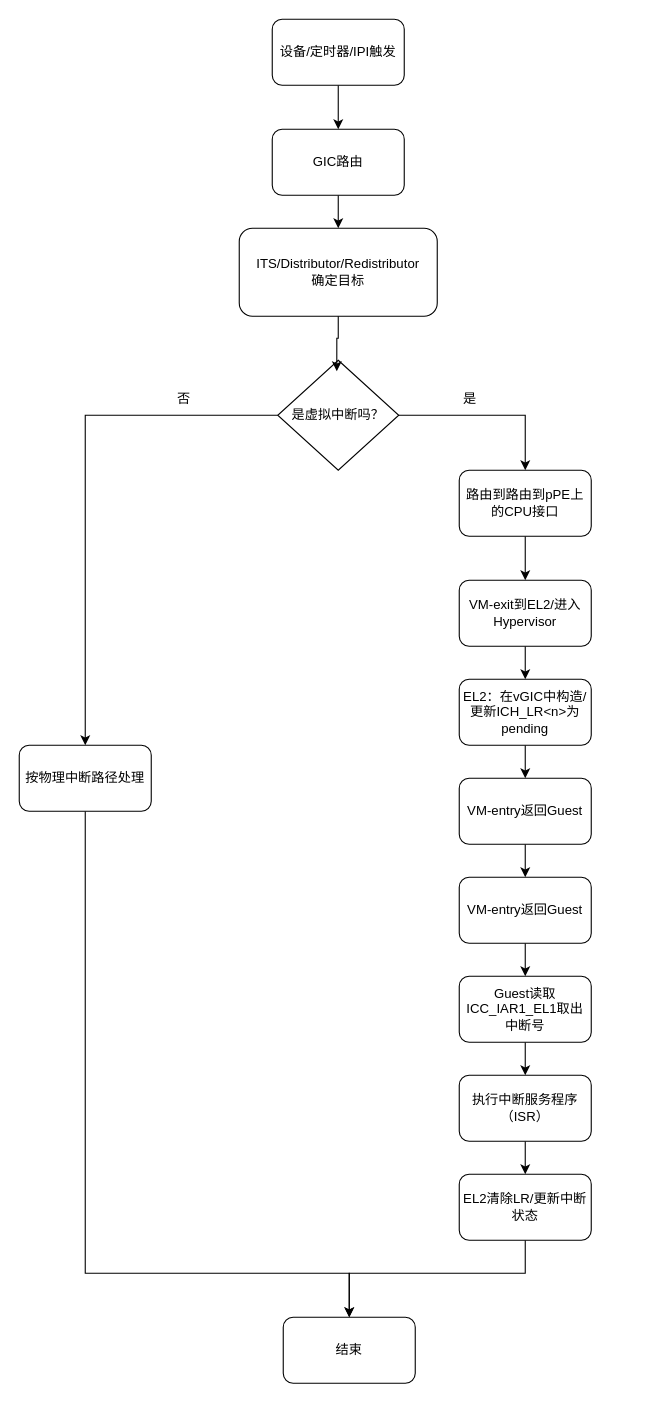
Before: store_picture/传统路径.drawio in LQ0623/draw_io_picture, a draw.io diagram. Source tidied: cells renumbered, new cells numbered last; positions are measured from the earlier drawing's top-left corner, leaving out a move shared by most shapes. Both pictures are drawn from the tidied source at 110%, with x=0, y=0 at pixel (19, 19).
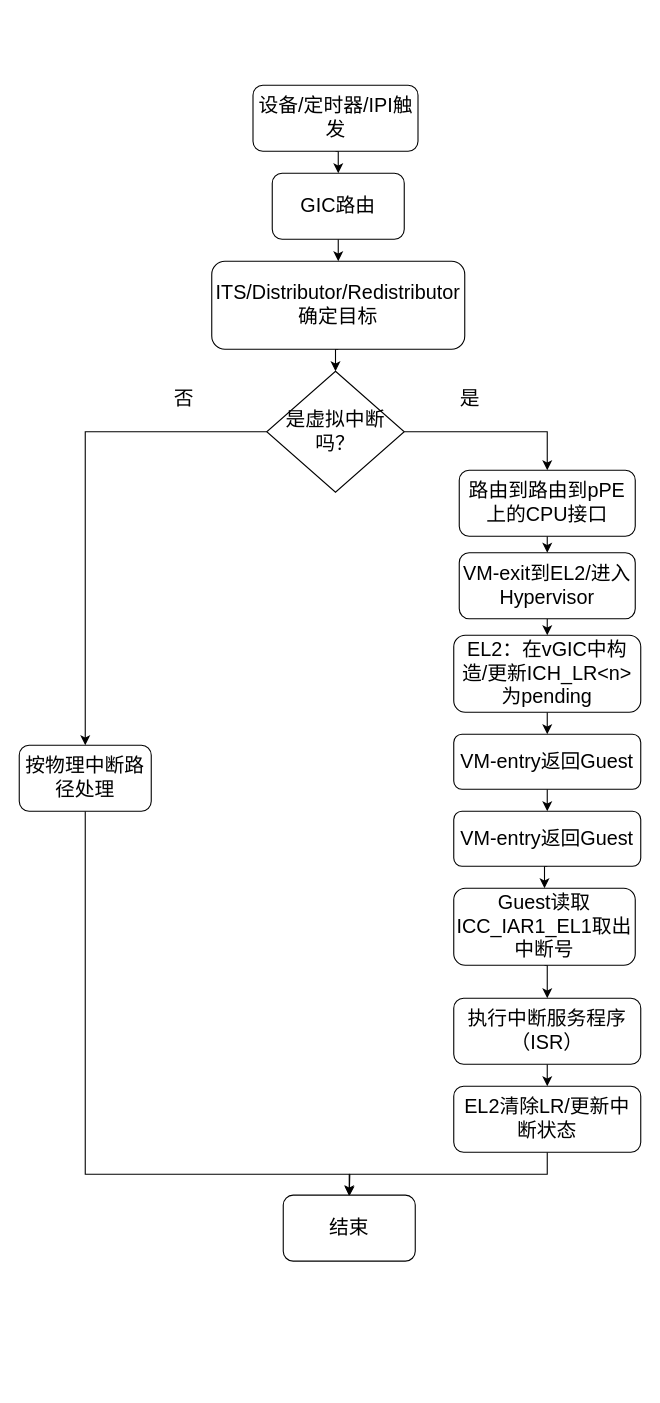
Above is the later version.

Commit message:
更新传统路径.drawio

Diff of the diagram source:
```diff
@@
-    <mxCell id="2" style="edgeStyle=orthogonalEdgeStyle;rounded=0;jettySize=auto;html=1;exitX=0.5;exitY=1;exitDx=0;exitDy=0;entryX=0.5;entryY=0;entryDx=0;entryDy=0;" parent="1" edge="1" source="3" target="5">
+    <mxCell id="2" style="edgeStyle=orthogonalEdgeStyle;rounded=0;jettySize=auto;html=1;exitX=0.5;exitY=1;exitDx=0;exitDy=0;entryX=0.5;entryY=0;entryDx=0;entryDy=0;fontSize=18;" parent="1" edge="1" source="3" target="5">
       <mxGeometry relative="1" as="geometry" />
     </mxCell>
-    <mxCell id="3" value="设备/定时器/IPI触发" style="rounded=1;whiteSpace=wrap;html=1;" parent="1" vertex="1">
-      <mxGeometry x="230" width="120" height="60" as="geometry" />
+    <mxCell id="3" value="设备/定时器/IPI触发" style="rounded=1;whiteSpace=wrap;html=1;fontSize=18;" parent="1" vertex="1">
+      <mxGeometry x="212.5" y="60" width="150" height="60" as="geometry" />
     </mxCell>
-    <mxCell id="4" style="edgeStyle=orthogonalEdgeStyle;rounded=0;jettySize=auto;html=1;exitX=0.5;exitY=1;exitDx=0;exitDy=0;entryX=0.5;entryY=0;entryDx=0;entryDy=0;" parent="1" edge="1" source="5" target="6">
+    <mxCell id="4" style="edgeStyle=orthogonalEdgeStyle;rounded=0;jettySize=auto;html=1;exitX=0.5;exitY=1;exitDx=0;exitDy=0;entryX=0.5;entryY=0;entryDx=0;entryDy=0;fontSize=18;" parent="1" edge="1" source="5" target="6">
       <mxGeometry relative="1" as="geometry" />
     </mxCell>
-    <mxCell id="5" value="GIC路由" style="rounded=1;whiteSpace=wrap;html=1;" parent="1" vertex="1">
-      <mxGeometry x="230" y="100" width="120" height="60" as="geometry" />
+    <mxCell id="5" value="GIC路由" style="rounded=1;whiteSpace=wrap;html=1;fontSize=18;" parent="1" vertex="1">
+      <mxGeometry x="230" y="140" width="120" height="60" as="geometry" />
     </mxCell>
+    <mxCell id="29" style="edgeStyle=orthogonalEdgeStyle;rounded=0;jettySize=auto;html=1;exitX=0.5;exitY=1;exitDx=0;exitDy=0;entryX=0.5;entryY=0;entryDx=0;entryDy=0;" parent="1" edge="1" source="6" target="9">
+      <mxGeometry relative="1" as="geometry" />
+    </mxCell>
-    <mxCell id="6" value="ITS/Distributor/Redistributor&lt;div&gt;确定目标&lt;/div&gt;" style="rounded=1;whiteSpace=wrap;html=1;" parent="1" vertex="1">
-      <mxGeometry x="200" y="190" width="180" height="80" as="geometry" />
+    <mxCell id="6" value="ITS/Distributor/Redistributor&lt;div&gt;确定目标&lt;/div&gt;" style="rounded=1;whiteSpace=wrap;html=1;fontSize=18;" parent="1" vertex="1">
+      <mxGeometry x="175" y="220" width="230" height="80" as="geometry" />
     </mxCell>
-    <mxCell id="7" style="edgeStyle=orthogonalEdgeStyle;rounded=0;jettySize=auto;html=1;exitX=1;exitY=0.5;exitDx=0;exitDy=0;entryX=0.5;entryY=0;entryDx=0;entryDy=0;" parent="1" edge="1" source="9" target="13">
+    <mxCell id="7" style="edgeStyle=orthogonalEdgeStyle;rounded=0;jettySize=auto;html=1;exitX=1;exitY=0.5;exitDx=0;exitDy=0;entryX=0.5;entryY=0;entryDx=0;entryDy=0;fontSize=18;" parent="1" edge="1" source="9" target="13">
       <mxGeometry relative="1" as="geometry" />
     </mxCell>
-    <mxCell id="8" style="edgeStyle=orthogonalEdgeStyle;rounded=0;jettySize=auto;html=1;exitX=0;exitY=0.5;exitDx=0;exitDy=0;" parent="1" edge="1" source="9" target="11">
+    <mxCell id="8" style="edgeStyle=orthogonalEdgeStyle;rounded=0;jettySize=auto;html=1;exitX=0;exitY=0.5;exitDx=0;exitDy=0;fontSize=18;" parent="1" edge="1" source="9" target="11">
       <mxGeometry relative="1" as="geometry" />
     </mxCell>
-    <mxCell id="9" value="是虚拟中断吗？" style="rhombus;whiteSpace=wrap;html=1;" parent="1" vertex="1">
-      <mxGeometry x="235" y="310" width="110" height="100" as="geometry" />
+    <mxCell id="9" value="是虚拟中断吗？" style="rhombus;whiteSpace=wrap;html=1;fontSize=18;" parent="1" vertex="1">
+      <mxGeometry x="225" y="320" width="125" height="110" as="geometry" />
     </mxCell>
     <mxCell id="10" style="edgeStyle=orthogonalEdgeStyle;rounded=0;jettySize=auto;html=1;exitX=0.5;exitY=1;exitDx=0;exitDy=0;entryX=0.5;entryY=0;entryDx=0;entryDy=0;" parent="1" edge="1" source="11" target="28">
       <mxGeometry relative="1" as="geometry">
         <Array as="points">
-          <mxPoint x="60" y="1140" />
-          <mxPoint x="300" y="1140" />
+          <mxPoint x="60" y="1050" />
+          <mxPoint x="300" y="1050" />
         </Array>
       </mxGeometry>
     </mxCell>
-    <mxCell id="11" value="按物理中断路径处理" style="rounded=1;whiteSpace=wrap;html=1;" parent="1" vertex="1">
+    <mxCell id="11" value="按物理中断路径处理" style="rounded=1;whiteSpace=wrap;html=1;fontSize=18;" parent="1" vertex="1">
       <mxGeometry y="660" width="120" height="60" as="geometry" />
     </mxCell>
-    <mxCell id="12" style="edgeStyle=orthogonalEdgeStyle;rounded=0;jettySize=auto;html=1;exitX=0.5;exitY=1;exitDx=0;exitDy=0;entryX=0.5;entryY=0;entryDx=0;entryDy=0;" parent="1" edge="1" source="13" target="15">
+    <mxCell id="12" style="edgeStyle=orthogonalEdgeStyle;rounded=0;jettySize=auto;html=1;exitX=0.5;exitY=1;exitDx=0;exitDy=0;entryX=0.5;entryY=0;entryDx=0;entryDy=0;fontSize=18;" parent="1" edge="1" source="13" target="15">
       <mxGeometry relative="1" as="geometry" />
     </mxCell>
-    <mxCell id="13" value="路由到路由到pPE上的CPU接口" style="rounded=1;whiteSpace=wrap;html=1;" parent="1" vertex="1">
-      <mxGeometry x="400" y="410" width="120" height="60" as="geometry" />
+    <mxCell id="13" value="路由到路由到pPE上的CPU接口" style="rounded=1;whiteSpace=wrap;html=1;fontSize=18;" parent="1" vertex="1">
+      <mxGeometry x="400" y="410" width="160" height="60" as="geometry" />
     </mxCell>
-    <mxCell id="14" style="edgeStyle=orthogonalEdgeStyle;rounded=0;jettySize=auto;html=1;exitX=0.5;exitY=1;exitDx=0;exitDy=0;entryX=0.5;entryY=0;entryDx=0;entryDy=0;" parent="1" edge="1" source="15" target="17">
+    <mxCell id="14" style="edgeStyle=orthogonalEdgeStyle;rounded=0;jettySize=auto;html=1;exitX=0.5;exitY=1;exitDx=0;exitDy=0;entryX=0.5;entryY=0;entryDx=0;entryDy=0;fontSize=18;" parent="1" edge="1" source="15" target="17">
       <mxGeometry relative="1" as="geometry" />
     </mxCell>
-    <mxCell id="15" value="VM-exit到EL2/进入 Hypervisor" style="rounded=1;whiteSpace=wrap;html=1;" parent="1" vertex="1">
-      <mxGeometry x="400" y="510" width="120" height="60" as="geometry" />
+    <mxCell id="15" value="VM-exit到EL2/进入 Hypervisor" style="rounded=1;whiteSpace=wrap;html=1;fontSize=18;" parent="1" vertex="1">
+      <mxGeometry x="400" y="485" width="160" height="60" as="geometry" />
     </mxCell>
-    <mxCell id="16" style="edgeStyle=orthogonalEdgeStyle;rounded=0;jettySize=auto;html=1;exitX=0.5;exitY=1;exitDx=0;exitDy=0;entryX=0.5;entryY=0;entryDx=0;entryDy=0;" parent="1" edge="1" source="17" target="19">
+    <mxCell id="16" style="edgeStyle=orthogonalEdgeStyle;rounded=0;jettySize=auto;html=1;exitX=0.5;exitY=1;exitDx=0;exitDy=0;entryX=0.5;entryY=0;entryDx=0;entryDy=0;fontSize=18;" parent="1" edge="1" source="17" target="19">
       <mxGeometry relative="1" as="geometry" />
     </mxCell>
-    <mxCell id="17" value="EL2：在vGIC中构造/更新ICH_LR&amp;lt;n&amp;gt;为pending" style="rounded=1;whiteSpace=wrap;html=1;" parent="1" vertex="1">
-      <mxGeometry x="400" y="600" width="120" height="60" as="geometry" />
+    <mxCell id="17" value="EL2：在vGIC中构造/更新ICH_LR&amp;lt;n&amp;gt;为pending" style="rounded=1;whiteSpace=wrap;html=1;fontSize=18;" parent="1" vertex="1">
+      <mxGeometry x="395" y="560" width="170" height="70" as="geometry" />
     </mxCell>
-    <mxCell id="18" style="edgeStyle=orthogonalEdgeStyle;rounded=0;jettySize=auto;html=1;exitX=0.5;exitY=1;exitDx=0;exitDy=0;entryX=0.5;entryY=0;entryDx=0;entryDy=0;" parent="1" edge="1" source="19" target="21">
+    <mxCell id="18" style="edgeStyle=orthogonalEdgeStyle;rounded=0;jettySize=auto;html=1;exitX=0.5;exitY=1;exitDx=0;exitDy=0;entryX=0.5;entryY=0;entryDx=0;entryDy=0;fontSize=18;" parent="1" edge="1" source="19" target="21">
       <mxGeometry relative="1" as="geometry" />
     </mxCell>
-    <mxCell id="19" value="VM-entry返回Guest" style="rounded=1;whiteSpace=wrap;html=1;" parent="1" vertex="1">
-      <mxGeometry x="400" y="690" width="120" height="60" as="geometry" />
+    <mxCell id="19" value="VM-entry返回Guest" style="rounded=1;whiteSpace=wrap;html=1;fontSize=18;" parent="1" vertex="1">
+      <mxGeometry x="395" y="650" width="170" height="50" as="geometry" />
     </mxCell>
-    <mxCell id="20" style="edgeStyle=orthogonalEdgeStyle;rounded=0;jettySize=auto;html=1;exitX=0.5;exitY=1;exitDx=0;exitDy=0;entryX=0.5;entryY=0;entryDx=0;entryDy=0;" parent="1" edge="1" source="21" target="23">
+    <mxCell id="20" style="edgeStyle=orthogonalEdgeStyle;rounded=0;jettySize=auto;html=1;exitX=0.5;exitY=1;exitDx=0;exitDy=0;entryX=0.5;entryY=0;entryDx=0;entryDy=0;fontSize=18;" parent="1" edge="1" source="21" target="23">
       <mxGeometry relative="1" as="geometry" />
     </mxCell>
-    <mxCell id="21" value="VM-entry返回Guest" style="rounded=1;whiteSpace=wrap;html=1;" parent="1" vertex="1">
-      <mxGeometry x="400" y="780" width="120" height="60" as="geometry" />
+    <mxCell id="21" value="VM-entry返回Guest" style="rounded=1;whiteSpace=wrap;html=1;fontSize=18;" parent="1" vertex="1">
+      <mxGeometry x="395" y="720" width="170" height="50" as="geometry" />
     </mxCell>
-    <mxCell id="22" style="edgeStyle=orthogonalEdgeStyle;rounded=0;jettySize=auto;html=1;exitX=0.5;exitY=1;exitDx=0;exitDy=0;entryX=0.5;entryY=0;entryDx=0;entryDy=0;" parent="1" edge="1" source="23" target="25">
+    <mxCell id="22" style="edgeStyle=orthogonalEdgeStyle;rounded=0;jettySize=auto;html=1;exitX=0.5;exitY=1;exitDx=0;exitDy=0;entryX=0.5;entryY=0;entryDx=0;entryDy=0;fontSize=18;" parent="1" edge="1" source="23" target="25">
       <mxGeometry relative="1" as="geometry" />
     </mxCell>
-    <mxCell id="23" value="Guest读取ICC_IAR1_EL1取出中断号" style="rounded=1;whiteSpace=wrap;html=1;" parent="1" vertex="1">
-      <mxGeometry x="400" y="870" width="120" height="60" as="geometry" />
+    <mxCell id="23" value="Guest读取ICC_IAR1_EL1取出中断号" style="rounded=1;whiteSpace=wrap;html=1;fontSize=18;" parent="1" vertex="1">
+      <mxGeometry x="395" y="790" width="165" height="70" as="geometry" />
     </mxCell>
-    <mxCell id="24" style="edgeStyle=orthogonalEdgeStyle;rounded=0;jettySize=auto;html=1;exitX=0.5;exitY=1;exitDx=0;exitDy=0;entryX=0.5;entryY=0;entryDx=0;entryDy=0;" parent="1" edge="1" source="25" target="27">
+    <mxCell id="24" style="edgeStyle=orthogonalEdgeStyle;rounded=0;jettySize=auto;html=1;exitX=0.5;exitY=1;exitDx=0;exitDy=0;entryX=0.5;entryY=0;entryDx=0;entryDy=0;fontSize=18;" parent="1" edge="1" source="25" target="27">
       <mxGeometry relative="1" as="geometry" />
     </mxCell>
-    <mxCell id="25" value="执行中断服务程序（ISR）" style="rounded=1;whiteSpace=wrap;html=1;" parent="1" vertex="1">
-      <mxGeometry x="400" y="960" width="120" height="60" as="geometry" />
+    <mxCell id="25" value="执行中断服务程序（ISR）" style="rounded=1;whiteSpace=wrap;html=1;fontSize=18;" parent="1" vertex="1">
+      <mxGeometry x="395" y="890" width="170" height="60" as="geometry" />
     </mxCell>
-    <mxCell id="26" style="edgeStyle=orthogonalEdgeStyle;rounded=0;jettySize=auto;html=1;exitX=0.5;exitY=1;exitDx=0;exitDy=0;entryX=0.5;entryY=0;entryDx=0;entryDy=0;" parent="1" edge="1" source="27" target="28">
-      <mxGeometry relative="1" as="geometry">
-        <Array as="points">
-          <mxPoint x="460" y="1140" />
-          <mxPoint x="300" y="1140" />
-        </Array>
-      </mxGeometry>
-    </mxCell>
+    <mxCell id="32" style="edgeStyle=orthogonalEdgeStyle;rounded=0;jettySize=auto;html=1;exitX=0.5;exitY=1;exitDx=0;exitDy=0;" parent="1" edge="1" source="27">
+      <mxGeometry relative="1" as="geometry">
+        <mxPoint x="300" y="1070" as="targetPoint" />
+      </mxGeometry>
+    </mxCell>
-    <mxCell id="27" value="EL2清除LR/更新中断状态" style="rounded=1;whiteSpace=wrap;html=1;" parent="1" vertex="1">
-      <mxGeometry x="400" y="1050" width="120" height="60" as="geometry" />
+    <mxCell id="27" value="EL2清除LR/更新中断状态" style="rounded=1;whiteSpace=wrap;html=1;fontSize=18;" parent="1" vertex="1">
+      <mxGeometry x="395" y="970" width="170" height="60" as="geometry" />
     </mxCell>
-    <mxCell id="28" value="结束" style="rounded=1;whiteSpace=wrap;html=1;" parent="1" vertex="1">
-      <mxGeometry x="240" y="1180" width="120" height="60" as="geometry" />
+    <mxCell id="28" value="结束" style="rounded=1;whiteSpace=wrap;html=1;fontSize=18;" parent="1" vertex="1">
+      <mxGeometry x="240" y="1069" width="120" height="60" as="geometry" />
     </mxCell>
-    <mxCell id="29" style="edgeStyle=orthogonalEdgeStyle;rounded=0;jettySize=auto;html=1;exitX=0.5;exitY=1;exitDx=0;exitDy=0;entryX=0.488;entryY=0.1;entryDx=0;entryDy=0;entryPerimeter=0;" parent="1" edge="1" source="6" target="9">
-      <mxGeometry relative="1" as="geometry" />
-    </mxCell>
-    <mxCell id="30" value="否" style="text;html=1;whiteSpace=wrap;strokeColor=none;fillColor=none;align=center;verticalAlign=middle;rounded=0;" parent="1" vertex="1">
+    <mxCell id="30" value="否" style="text;html=1;whiteSpace=wrap;strokeColor=none;fillColor=none;align=center;verticalAlign=middle;rounded=0;fontSize=18;" parent="1" vertex="1">
       <mxGeometry x="120" y="330" width="60" height="30" as="geometry" />
     </mxCell>
-    <mxCell id="31" value="是" style="text;html=1;whiteSpace=wrap;strokeColor=none;fillColor=none;align=center;verticalAlign=middle;rounded=0;" parent="1" vertex="1">
+    <mxCell id="31" value="是" style="text;html=1;whiteSpace=wrap;strokeColor=none;fillColor=none;align=center;verticalAlign=middle;rounded=0;fontSize=18;" parent="1" vertex="1">
       <mxGeometry x="380" y="330" width="60" height="30" as="geometry" />
     </mxCell>
```
